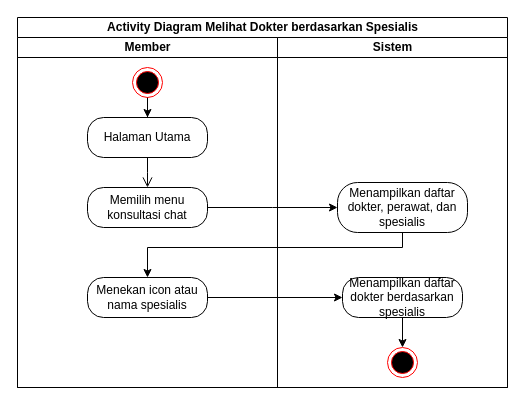
This is activity diagram/Member/melihat dokter berdasarkan spesialis.drawio from Muhamadrafliseptian/rancangan-sistem-dan-dokumen, a draw.io file, before an edit. Source tidied: cells renumbered, new cells numbered last; positions are measured from the earlier drawing's top-left corner, leaving out a move shared by most shapes. Both pictures are drawn from the tidied source at 100%, with x=0, y=0 at pixel (17, 17).
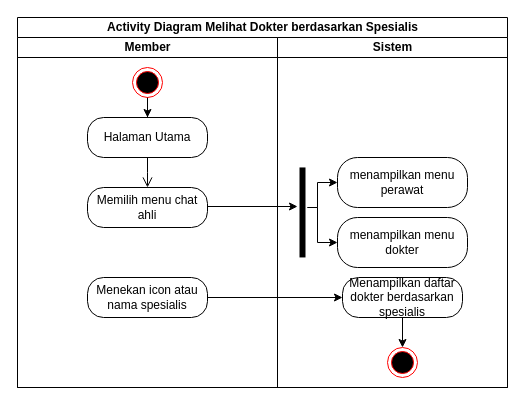
The same diagram, later.

The change refers to these unchanged cells:
```xml
<mxCell id="2" value="Activity Diagram Melihat Dokter berdasarkan Spesialis" style="swimlane;startSize=20;html=1;" parent="1" vertex="1">
  <mxGeometry width="490" height="370" as="geometry" />
</mxCell>
<mxCell id="3" value="Member" style="swimlane;startSize=20;html=1;" parent="2" vertex="1">
  <mxGeometry y="20" width="260" height="350" as="geometry" />
</mxCell>
<mxCell id="9" value="Menekan icon atau nama spesialis" style="rounded=1;whiteSpace=wrap;html=1;arcSize=40;fontColor=#000000;fillColor=default;strokeColor=default;" parent="3" vertex="1">
  <mxGeometry x="70" y="240" width="120" height="40" as="geometry" />
</mxCell>
<mxCell id="10" value="Sistem" style="swimlane;startSize=20;html=1;" parent="2" vertex="1">
  <mxGeometry x="260" y="20" width="230" height="350" as="geometry" />
</mxCell>
```

The edit, as a diff of the source:
```diff
@@
-    <mxCell id="8" value="Memilih menu konsultasi chat" style="rounded=1;whiteSpace=wrap;html=1;arcSize=40;fontColor=#000000;fillColor=default;strokeColor=default;" parent="3" vertex="1">
+    <mxCell id="8" value="Memilih menu chat ahli" style="rounded=1;whiteSpace=wrap;html=1;arcSize=40;fontColor=#000000;fillColor=default;strokeColor=default;" parent="3" vertex="1">
       <mxGeometry x="70" y="150" width="120" height="40" as="geometry" />
     </mxCell>
@@
-    <mxCell id="11" value="Menampilkan daftar dokter, perawat, dan spesialis" style="rounded=1;whiteSpace=wrap;html=1;arcSize=40;fontColor=#000000;fillColor=default;strokeColor=default;" parent="10" vertex="1">
-      <mxGeometry x="60" y="145" width="130" height="50" as="geometry" />
+    <mxCell id="11" value="menampilkan menu dokter" style="rounded=1;whiteSpace=wrap;html=1;arcSize=40;fontColor=#000000;fillColor=default;strokeColor=default;" parent="10" vertex="1">
+      <mxGeometry x="60" y="180" width="130" height="50" as="geometry" />
     </mxCell>
@@
-    <mxCell id="15" style="edgeStyle=orthogonalEdgeStyle;rounded=0;jettySize=auto;html=1;" parent="2" edge="1" source="8">
-      <mxGeometry relative="1" as="geometry">
-        <mxPoint x="320" y="190" as="targetPoint" />
-      </mxGeometry>
-    </mxCell>
-    <mxCell id="16" style="edgeStyle=orthogonalEdgeStyle;rounded=0;jettySize=auto;html=1;" parent="2" edge="1" source="11" target="9">
-      <mxGeometry relative="1" as="geometry">
-        <Array as="points">
-          <mxPoint x="385" y="230" />
-          <mxPoint x="130" y="230" />
-        </Array>
-      </mxGeometry>
-    </mxCell>
+    <mxCell id="18" value="menampilkan menu perawat" style="rounded=1;whiteSpace=wrap;html=1;arcSize=40;fontColor=#000000;fillColor=default;strokeColor=default;" parent="10" vertex="1">
+      <mxGeometry x="60" y="120" width="130" height="50" as="geometry" />
+    </mxCell>
+    <mxCell id="19" style="edgeStyle=orthogonalEdgeStyle;rounded=0;jettySize=auto;html=1;" parent="10" edge="1" target="18">
+      <mxGeometry relative="1" as="geometry">
+        <mxPoint x="30" y="170" as="sourcePoint" />
+        <Array as="points">
+          <mxPoint x="40" y="170" />
+          <mxPoint x="40" y="145" />
+        </Array>
+      </mxGeometry>
+    </mxCell>
+    <mxCell id="20" style="edgeStyle=orthogonalEdgeStyle;rounded=0;jettySize=auto;html=1;entryX=0;entryY=0.5;entryDx=0;entryDy=0;" parent="10" edge="1" target="11">
+      <mxGeometry relative="1" as="geometry">
+        <mxPoint x="30" y="170" as="sourcePoint" />
+        <Array as="points">
+          <mxPoint x="40" y="170" />
+          <mxPoint x="40" y="205" />
+        </Array>
+      </mxGeometry>
+    </mxCell>
+    <mxCell id="21" style="shape=line;html=1;strokeWidth=6;strokeColor=default;rotation=90;" parent="10" vertex="1">
+      <mxGeometry x="-20" y="166.2" width="90" height="17.5" as="geometry" />
+    </mxCell>
@@
+    <mxCell id="22" style="edgeStyle=orthogonalEdgeStyle;rounded=0;jettySize=auto;html=1;" parent="2" edge="1" source="8">
+      <mxGeometry relative="1" as="geometry">
+        <mxPoint x="280" y="189" as="targetPoint" />
+        <Array as="points">
+          <mxPoint x="280" y="190" />
+        </Array>
+      </mxGeometry>
+    </mxCell>
```
